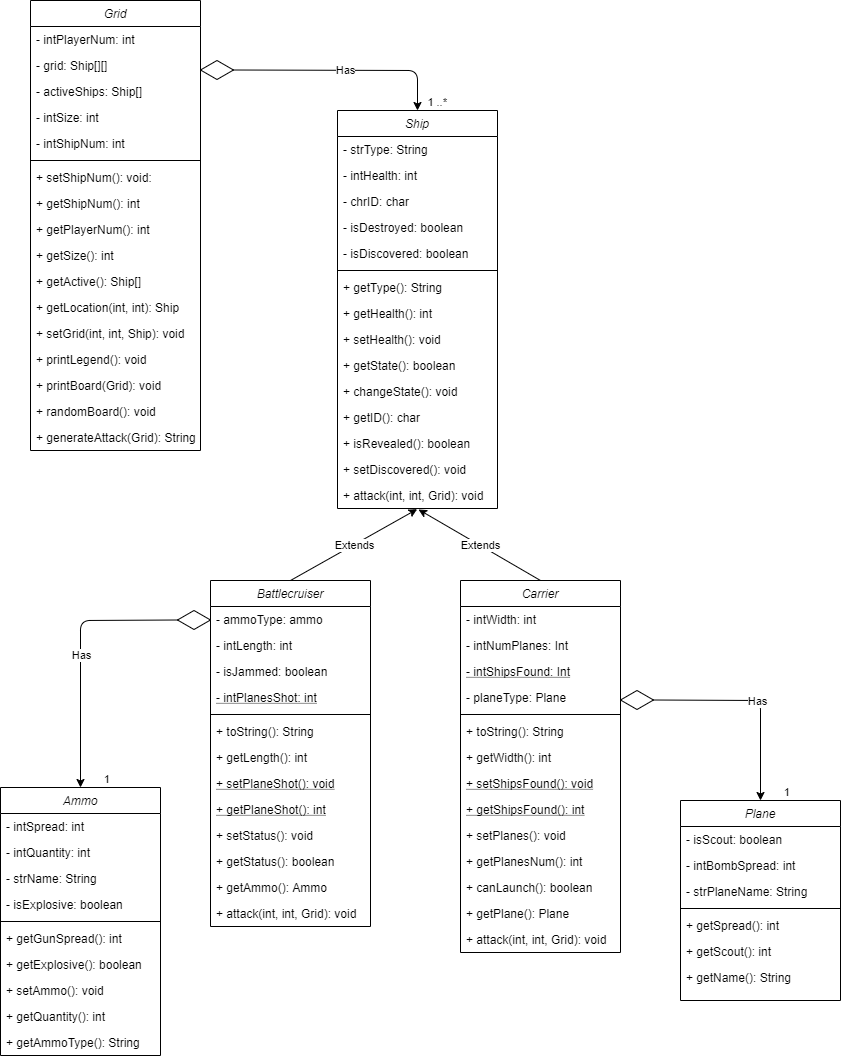
Earlier version of the draw.io export src/Class Diagram.png (SACHSTech/ics4u-oop-assignment-jeffreylin-21). Source tidied: cells renumbered, new cells last; positions are measured from the earlier drawing's top-left corner, leaving out a move shared by most shapes.
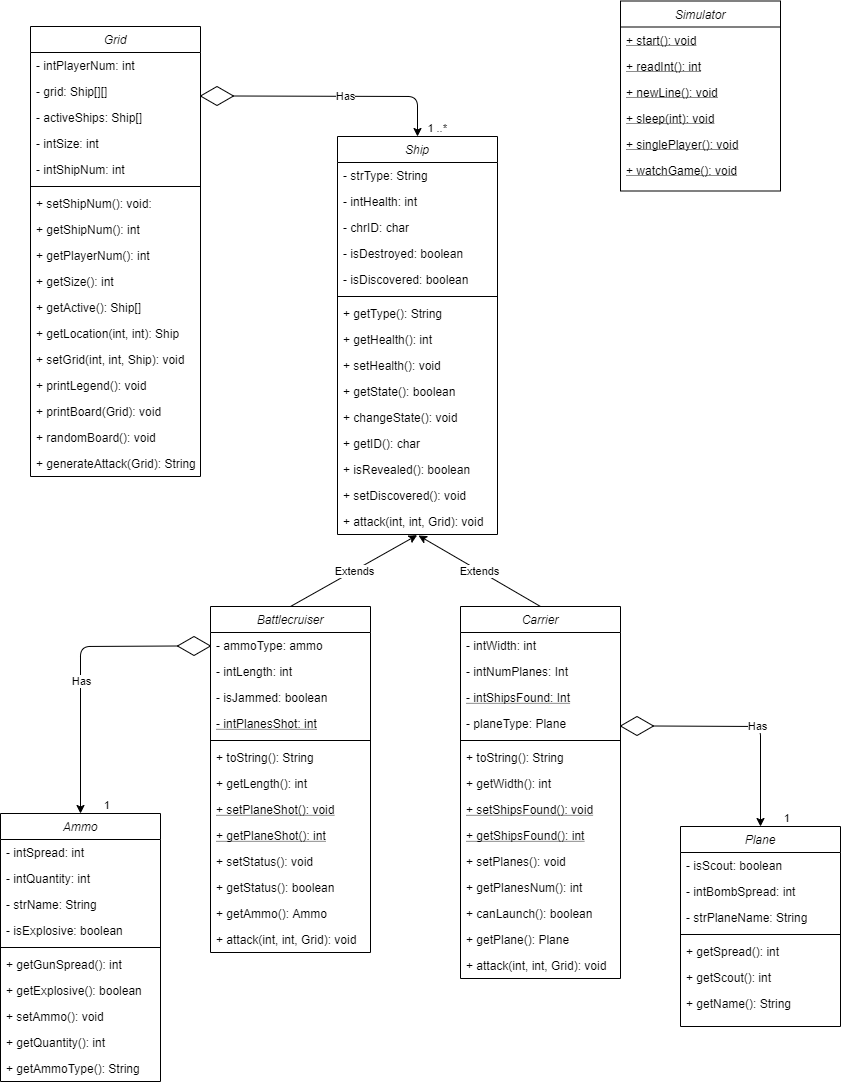
Above is the later version.

Commit message:
update class diagram

Change to the diagram source:
```diff
@@ -316,5 +316,26 @@
         <mxPoint x="33" as="offset" />
       </mxGeometry>
     </mxCell>
+    <mxCell id="100" value="Simulator" style="swimlane;fontStyle=2;align=center;verticalAlign=top;horizontal=1;startSize=26;rounded=0;shadow=0;strokeWidth=1;" parent="1" vertex="1">
+      <mxGeometry x="620" y="-25.5" width="160" height="190" as="geometry" />
+    </mxCell>
+    <mxCell id="101" value="+ start(): void" style="text;align=left;verticalAlign=top;spacingLeft=4;spacingRight=4;overflow=hidden;fontStyle=4;" parent="100" vertex="1">
+      <mxGeometry y="26" width="160" height="26" as="geometry" />
+    </mxCell>
+    <mxCell id="102" value="+ readInt(): int" style="text;align=left;verticalAlign=top;spacingLeft=4;spacingRight=4;overflow=hidden;rounded=0;shadow=0;html=0;fontStyle=4;" parent="100" vertex="1">
+      <mxGeometry y="52" width="160" height="26" as="geometry" />
+    </mxCell>
+    <mxCell id="103" value="+ newLine(): void" style="text;align=left;verticalAlign=top;spacingLeft=4;spacingRight=4;overflow=hidden;rounded=0;shadow=0;html=0;fontStyle=4;" parent="100" vertex="1">
+      <mxGeometry y="78" width="160" height="26" as="geometry" />
+    </mxCell>
+    <mxCell id="104" value="+ sleep(int): void" style="text;align=left;verticalAlign=top;spacingLeft=4;spacingRight=4;overflow=hidden;rounded=0;shadow=0;html=0;fontStyle=4;" parent="100" vertex="1">
+      <mxGeometry y="104" width="160" height="26" as="geometry" />
+    </mxCell>
+    <mxCell id="105" value="+ singlePlayer(): void" style="text;align=left;verticalAlign=top;spacingLeft=4;spacingRight=4;overflow=hidden;rounded=0;shadow=0;html=0;fontStyle=4;" parent="100" vertex="1">
+      <mxGeometry y="130" width="160" height="26" as="geometry" />
+    </mxCell>
+    <mxCell id="106" value="+ watchGame(): void" style="text;align=left;verticalAlign=top;spacingLeft=4;spacingRight=4;overflow=hidden;rounded=0;shadow=0;html=0;fontStyle=4;" parent="100" vertex="1">
+      <mxGeometry y="156" width="160" height="26" as="geometry" />
+    </mxCell>
   </root>
 </mxGraphModel>
```
